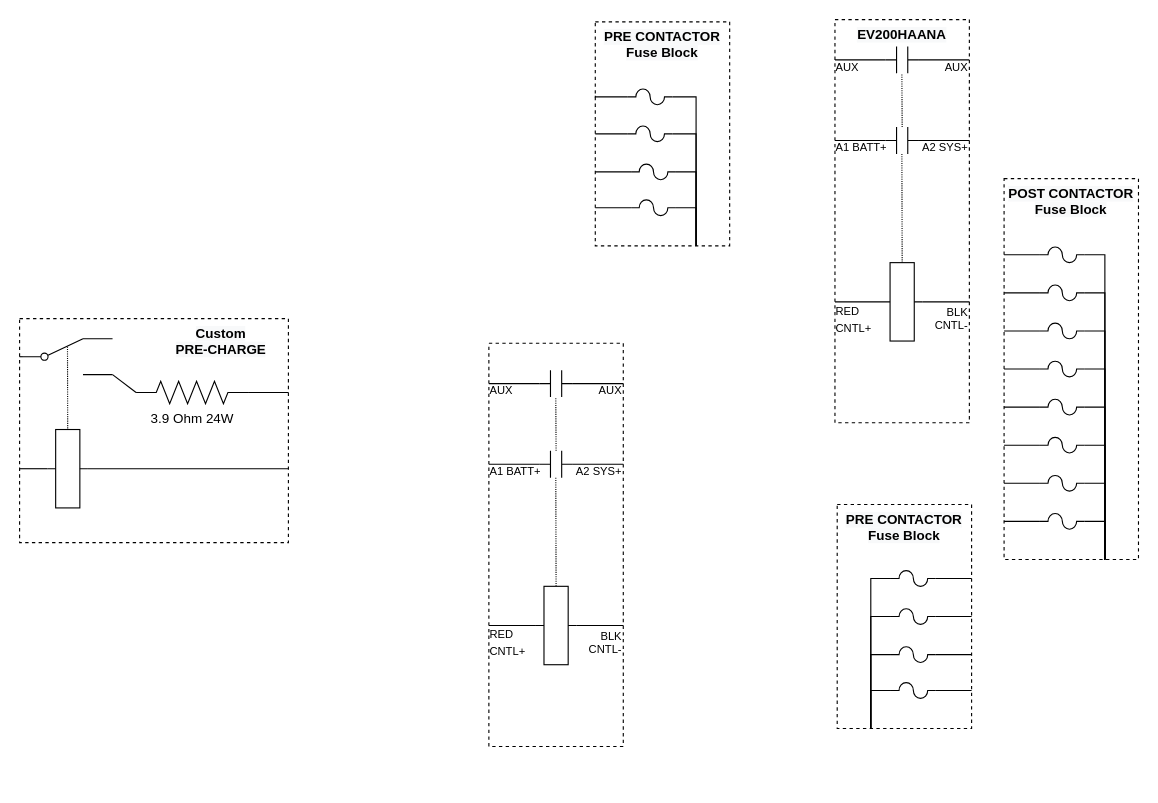
The draw.io diagram page "Page-4" (4 of 4) of van/electrical/BMS_wiring_logic_v4_draft/REC_Q_BMS_Wiring_Logic.drawio in natecostello/van_two_point_oh, before the edit. Source tidied: cells renumbered, new cells numbered last; positions are measured from the earlier drawing's top-left corner, leaving out a move shared by most shapes. Both pictures are drawn from the tidied source at 112%, with x=0, y=0 at pixel (19, 19).
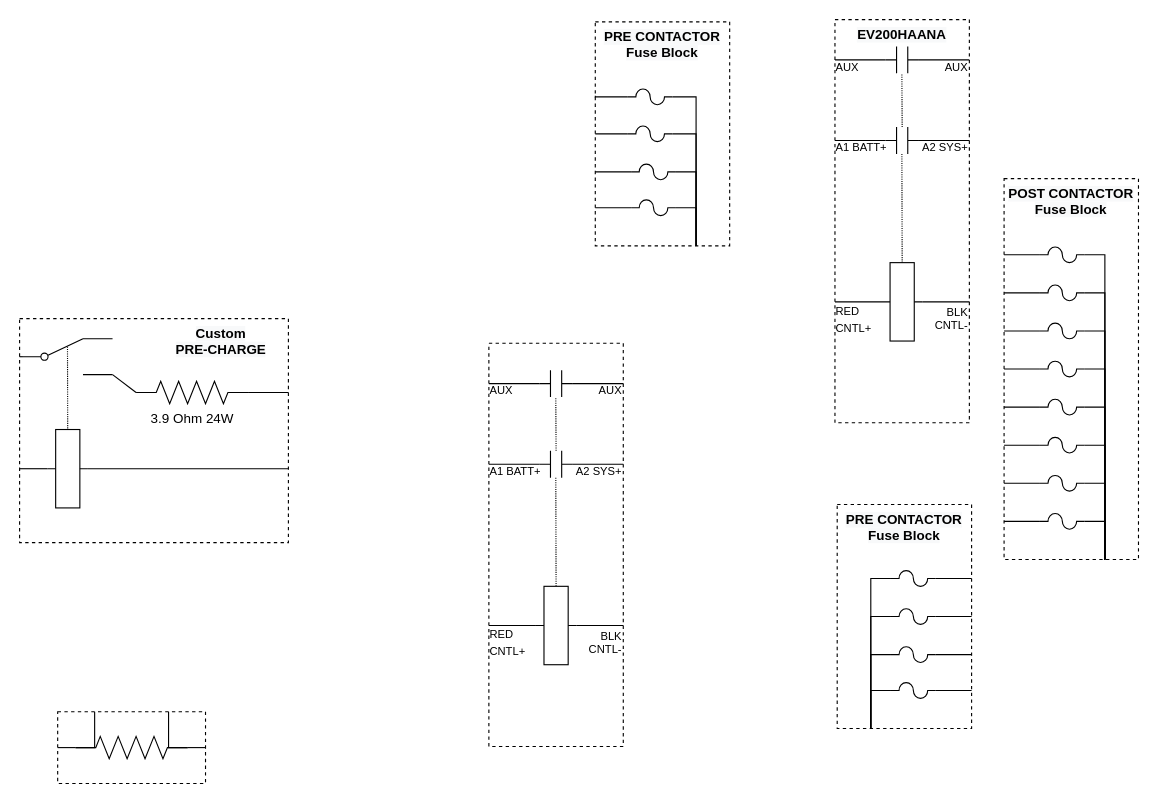
The same diagram, later.

Change to the diagram source:
```diff
@@
+    <mxCell id="108" style="group;" parent="1" vertex="1">
+      <mxGeometry x="34" y="618" width="132" height="64" as="geometry" />
+    </mxCell>
+    <mxCell id="109" style="rounded=0;whiteSpace=wrap;html=1;fillColor=none;dashed=1;" parent="108" vertex="1">
+      <mxGeometry width="132" height="64" as="geometry" />
+    </mxCell>
+    <mxCell id="110" style="edgeStyle=none;rounded=0;jumpStyle=arc;jettySize=auto;html=1;entryX=0;entryY=0.5;entryDx=0;entryDy=0;strokeColor=#000000;startArrow=none;startFill=0;endArrow=none;endFill=0;" parent="108" edge="1" source="114" target="109">
+      <mxGeometry relative="1" as="geometry" />
+    </mxCell>
+    <mxCell id="111" style="edgeStyle=none;rounded=0;jumpStyle=arc;jettySize=auto;html=1;entryX=1;entryY=0.5;entryDx=0;entryDy=0;strokeColor=#000000;startArrow=none;startFill=0;endArrow=none;endFill=0;" parent="108" edge="1" source="114" target="109">
+      <mxGeometry relative="1" as="geometry" />
+    </mxCell>
+    <mxCell id="112" style="edgeStyle=orthogonalEdgeStyle;rounded=0;jumpStyle=arc;jettySize=auto;html=1;exitX=0;exitY=0.5;exitDx=0;exitDy=0;exitPerimeter=0;entryX=0.25;entryY=0;entryDx=0;entryDy=0;strokeColor=#000000;startArrow=none;startFill=0;endArrow=none;endFill=0;" parent="108" edge="1" source="114" target="109">
+      <mxGeometry relative="1" as="geometry" />
+    </mxCell>
+    <mxCell id="113" style="edgeStyle=orthogonalEdgeStyle;rounded=0;jumpStyle=arc;jettySize=auto;html=1;exitX=1;exitY=0.5;exitDx=0;exitDy=0;exitPerimeter=0;entryX=0.75;entryY=0;entryDx=0;entryDy=0;strokeColor=#000000;startArrow=none;startFill=0;endArrow=none;endFill=0;" parent="108" edge="1" source="114" target="109">
+      <mxGeometry relative="1" as="geometry" />
+    </mxCell>
+    <mxCell id="114" style="verticalLabelPosition=bottom;shadow=0;dashed=0;align=center;html=1;verticalAlign=top;shape=mxgraph.electrical.resistors.resistor_2;" parent="108" vertex="1">
+      <mxGeometry x="16" y="22" width="100" height="20" as="geometry" />
+    </mxCell>
```
